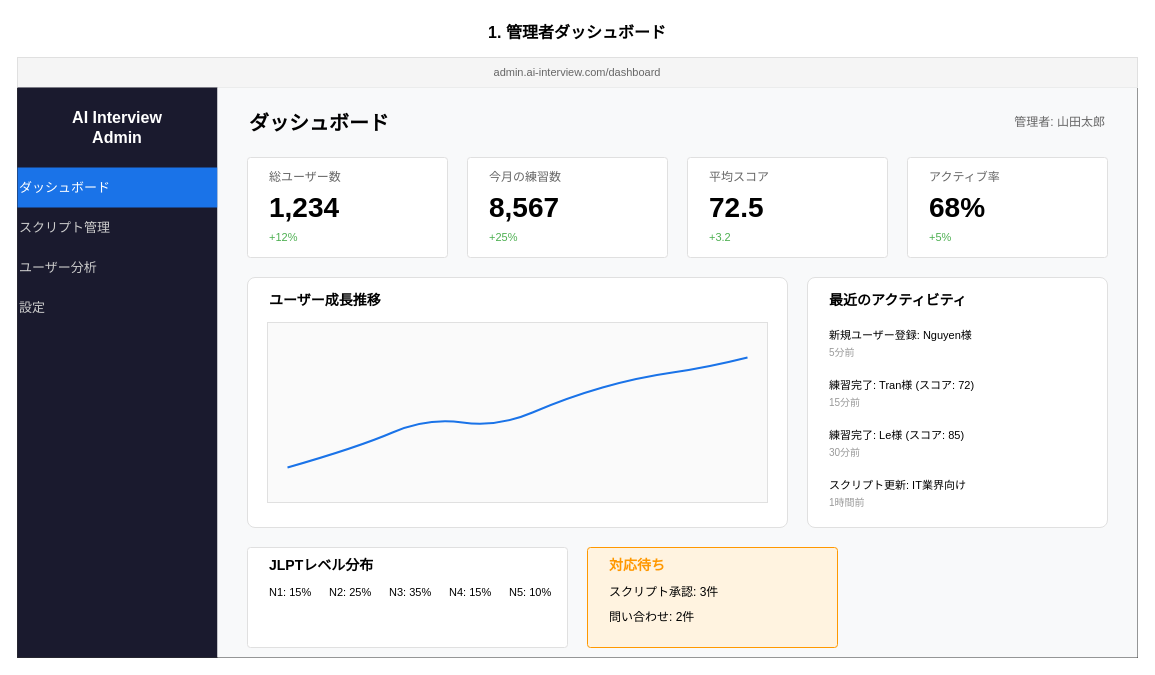
Above: docs/images/画面設計書_3.1_管理者ダッシュボード.drawio in yoshidasendai115/ai-interview (draw.io), before the change. Source tidied: cells renumbered, new cells numbered last; positions are measured from the earlier drawing's top-left corner, leaving out a move shared by most shapes. Both pictures are drawn from the tidied source at 100%, with x=0, y=0 at pixel (17, 17).
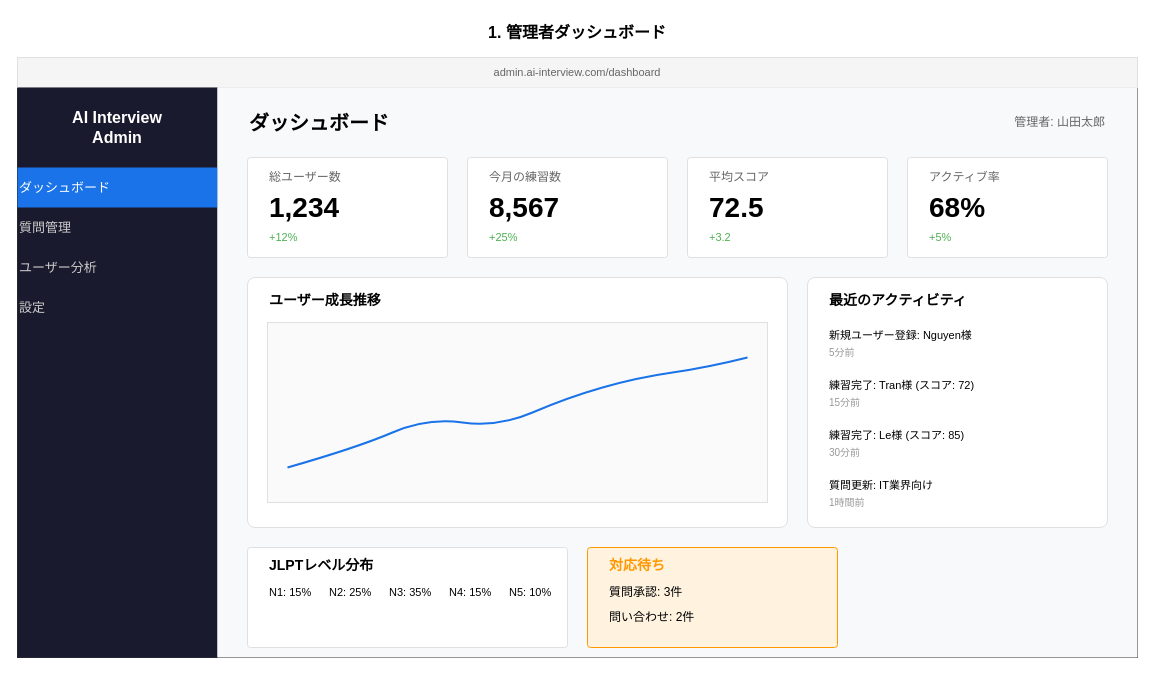
After the change.

Diff of the diagram source:
```diff
@@
-    <mxCell id="9" value="スクリプト管理" style="text;html=1;strokeColor=none;fillColor=none;align=left;verticalAlign=middle;whiteSpace=wrap;rounded=0;fontSize=13;fontColor=#cccccc;" parent="1" vertex="1">
+    <mxCell id="9" value="質問管理" style="text;html=1;strokeColor=none;fillColor=none;align=left;verticalAlign=middle;whiteSpace=wrap;rounded=0;fontSize=13;fontColor=#cccccc;" parent="1" vertex="1">
       <mxGeometry y="190" width="200" height="40" as="geometry" />
     </mxCell>
@@
-    <mxCell id="43" value="スクリプト更新: IT業界向け" style="text;html=1;strokeColor=none;fillColor=none;align=left;verticalAlign=middle;whiteSpace=wrap;rounded=0;fontSize=11;" parent="1" vertex="1">
+    <mxCell id="43" value="質問更新: IT業界向け" style="text;html=1;strokeColor=none;fillColor=none;align=left;verticalAlign=middle;whiteSpace=wrap;rounded=0;fontSize=11;" parent="1" vertex="1">
       <mxGeometry x="810" y="455" width="260" height="25" as="geometry" />
     </mxCell>
@@
-    <mxCell id="54" value="スクリプト承認: 3件" style="text;html=1;strokeColor=none;fillColor=none;align=left;verticalAlign=middle;whiteSpace=wrap;rounded=0;fontSize=12;" parent="1" vertex="1">
+    <mxCell id="54" value="質問承認: 3件" style="text;html=1;strokeColor=none;fillColor=none;align=left;verticalAlign=middle;whiteSpace=wrap;rounded=0;fontSize=12;" parent="1" vertex="1">
       <mxGeometry x="590" y="565" width="200" height="20" as="geometry" />
     </mxCell>
```
